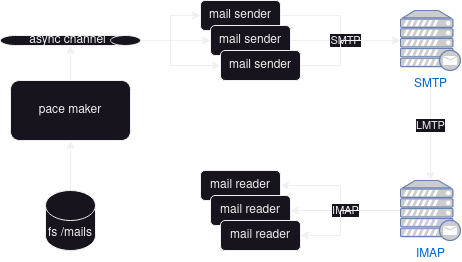
Earlier version of the draw.io export doc/mailtempest.drawio.png (iroco-co/mailstorm). Source tidied: cells renumbered, new cells last; positions are measured from the earlier drawing's top-left corner, leaving out a move shared by most shapes. Its diagram source:
```xml
<mxGraphModel>
  <root>
    <mxCell id="0" />
    <mxCell id="1" parent="0" />
    <mxCell id="2" style="edgeStyle=orthogonalEdgeStyle;rounded=0;jettySize=auto;html=1;" parent="1" edge="1" source="3" target="7">
      <mxGeometry relative="1" as="geometry" />
    </mxCell>
    <mxCell id="3" value="pace maker" style="rounded=1;whiteSpace=wrap;html=1;" parent="1" vertex="1">
      <mxGeometry x="10" y="80" width="120" height="60" as="geometry" />
    </mxCell>
    <mxCell id="4" style="edgeStyle=orthogonalEdgeStyle;rounded=0;jettySize=auto;html=1;entryX=0;entryY=0.5;entryDx=0;entryDy=0;" parent="1" edge="1" source="7" target="11">
      <mxGeometry relative="1" as="geometry">
        <Array as="points">
          <mxPoint x="170" y="40" />
          <mxPoint x="170" y="15" />
        </Array>
      </mxGeometry>
    </mxCell>
    <mxCell id="5" style="edgeStyle=orthogonalEdgeStyle;rounded=0;jettySize=auto;html=1;entryX=0;entryY=0.5;entryDx=0;entryDy=0;" parent="1" edge="1" source="7" target="15">
      <mxGeometry relative="1" as="geometry">
        <Array as="points">
          <mxPoint x="170" y="40" />
          <mxPoint x="170" y="65" />
        </Array>
      </mxGeometry>
    </mxCell>
    <mxCell id="6" style="edgeStyle=orthogonalEdgeStyle;rounded=0;jettySize=auto;html=1;entryX=0;entryY=0.5;entryDx=0;entryDy=0;" parent="1" edge="1" source="7" target="13">
      <mxGeometry relative="1" as="geometry">
        <Array as="points">
          <mxPoint x="140" y="40" />
          <mxPoint x="140" y="40" />
        </Array>
      </mxGeometry>
    </mxCell>
    <mxCell id="7" value="async channel" style="shape=cylinder3;whiteSpace=wrap;html=1;boundedLbl=1;backgroundOutline=1;size=15;direction=south;" parent="1" vertex="1">
      <mxGeometry y="35" width="140" height="10" as="geometry" />
    </mxCell>
    <mxCell id="8" style="edgeStyle=orthogonalEdgeStyle;rounded=0;jettySize=auto;html=1;" parent="1" edge="1" source="9" target="3">
      <mxGeometry relative="1" as="geometry" />
    </mxCell>
    <mxCell id="9" value="fs /mails" style="shape=cylinder3;whiteSpace=wrap;html=1;boundedLbl=1;backgroundOutline=1;size=15;" parent="1" vertex="1">
      <mxGeometry x="45" y="190" width="50" height="60" as="geometry" />
    </mxCell>
    <mxCell id="10" style="edgeStyle=orthogonalEdgeStyle;rounded=0;jettySize=auto;html=1;exitX=1;exitY=0.5;exitDx=0;exitDy=0;" parent="1" edge="1" source="11" target="21">
      <mxGeometry relative="1" as="geometry" />
    </mxCell>
    <mxCell id="11" value="mail sender" style="rounded=1;whiteSpace=wrap;html=1;" parent="1" vertex="1">
      <mxGeometry x="200" width="80" height="30" as="geometry" />
    </mxCell>
    <mxCell id="12" value="SMTP" style="edgeStyle=orthogonalEdgeStyle;rounded=0;jettySize=auto;html=1;" parent="1" edge="1" source="13" target="21">
      <mxGeometry relative="1" as="geometry" />
    </mxCell>
    <mxCell id="13" value="mail sender" style="rounded=1;whiteSpace=wrap;html=1;" parent="1" vertex="1">
      <mxGeometry x="210" y="25" width="80" height="30" as="geometry" />
    </mxCell>
    <mxCell id="14" style="edgeStyle=orthogonalEdgeStyle;rounded=0;jettySize=auto;html=1;" parent="1" edge="1" source="15" target="21">
      <mxGeometry relative="1" as="geometry">
        <Array as="points">
          <mxPoint x="340" y="65" />
          <mxPoint x="340" y="40" />
        </Array>
      </mxGeometry>
    </mxCell>
    <mxCell id="15" value="mail sender" style="rounded=1;whiteSpace=wrap;html=1;" parent="1" vertex="1">
      <mxGeometry x="220" y="50" width="80" height="30" as="geometry" />
    </mxCell>
    <mxCell id="16" style="edgeStyle=orthogonalEdgeStyle;rounded=0;jettySize=auto;html=1;entryX=1;entryY=0.5;entryDx=0;entryDy=0;" parent="1" edge="1" source="19" target="22">
      <mxGeometry relative="1" as="geometry" />
    </mxCell>
    <mxCell id="17" value="IMAP" style="edgeStyle=orthogonalEdgeStyle;rounded=0;jettySize=auto;html=1;entryX=1;entryY=0.5;entryDx=0;entryDy=0;" parent="1" edge="1" source="19" target="23">
      <mxGeometry relative="1" as="geometry" />
    </mxCell>
    <mxCell id="18" style="edgeStyle=orthogonalEdgeStyle;rounded=0;jettySize=auto;html=1;entryX=1;entryY=0.5;entryDx=0;entryDy=0;" parent="1" edge="1" source="19" target="24">
      <mxGeometry relative="1" as="geometry">
        <Array as="points">
          <mxPoint x="340" y="210" />
          <mxPoint x="340" y="235" />
        </Array>
      </mxGeometry>
    </mxCell>
    <mxCell id="19" value="&lt;div&gt;IMAP&lt;/div&gt;" style="fontColor=#0066CC;verticalAlign=top;verticalLabelPosition=bottom;labelPosition=center;align=center;html=1;outlineConnect=0;fillColor=#CCCCCC;strokeColor=#6881B3;gradientColor=none;gradientDirection=north;strokeWidth=2;shape=mxgraph.networks.mail_server;" parent="1" vertex="1">
      <mxGeometry x="400" y="180" width="60" height="60" as="geometry" />
    </mxCell>
    <mxCell id="20" value="LMTP" style="edgeStyle=orthogonalEdgeStyle;rounded=0;jettySize=auto;html=1;" parent="1" edge="1" source="21" target="19">
      <mxGeometry relative="1" as="geometry" />
    </mxCell>
    <mxCell id="21" value="SMTP" style="fontColor=#0066CC;verticalAlign=top;verticalLabelPosition=bottom;labelPosition=center;align=center;html=1;outlineConnect=0;fillColor=#CCCCCC;strokeColor=#6881B3;gradientColor=none;gradientDirection=north;strokeWidth=2;shape=mxgraph.networks.mail_server;" parent="1" vertex="1">
      <mxGeometry x="400" y="10" width="60" height="60" as="geometry" />
    </mxCell>
    <mxCell id="22" value="mail reader" style="rounded=1;whiteSpace=wrap;html=1;" parent="1" vertex="1">
      <mxGeometry x="200" y="170" width="80" height="30" as="geometry" />
    </mxCell>
    <mxCell id="23" value="&lt;div&gt;mail reader&lt;/div&gt;" style="rounded=1;whiteSpace=wrap;html=1;" parent="1" vertex="1">
      <mxGeometry x="210" y="195" width="80" height="30" as="geometry" />
    </mxCell>
    <mxCell id="24" value="mail reader" style="rounded=1;whiteSpace=wrap;html=1;" parent="1" vertex="1">
      <mxGeometry x="220" y="220" width="80" height="30" as="geometry" />
    </mxCell>
  </root>
</mxGraphModel>
```
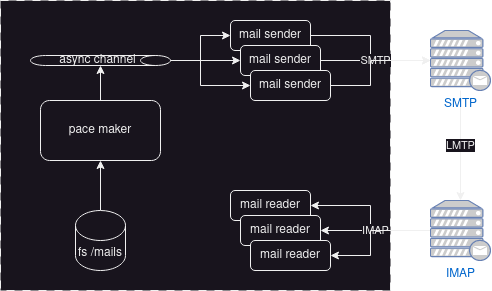
Above is the later version.

What changed in the source:
```diff
@@ -2,6 +2,9 @@
   <root>
     <mxCell id="0" />
     <mxCell id="1" parent="0" />
+    <mxCell id="25" style="rounded=0;whiteSpace=wrap;html=1;labelPosition=center;verticalLabelPosition=top;align=center;verticalAlign=bottom;dashed=1;dashPattern=8 8;" parent="1" vertex="1">
+      <mxGeometry x="-30" y="-20" width="390" height="290" as="geometry" />
+    </mxCell>
     <mxCell id="2" style="edgeStyle=orthogonalEdgeStyle;rounded=0;jettySize=auto;html=1;" parent="1" edge="1" source="3" target="7">
       <mxGeometry relative="1" as="geometry" />
     </mxCell>
```
